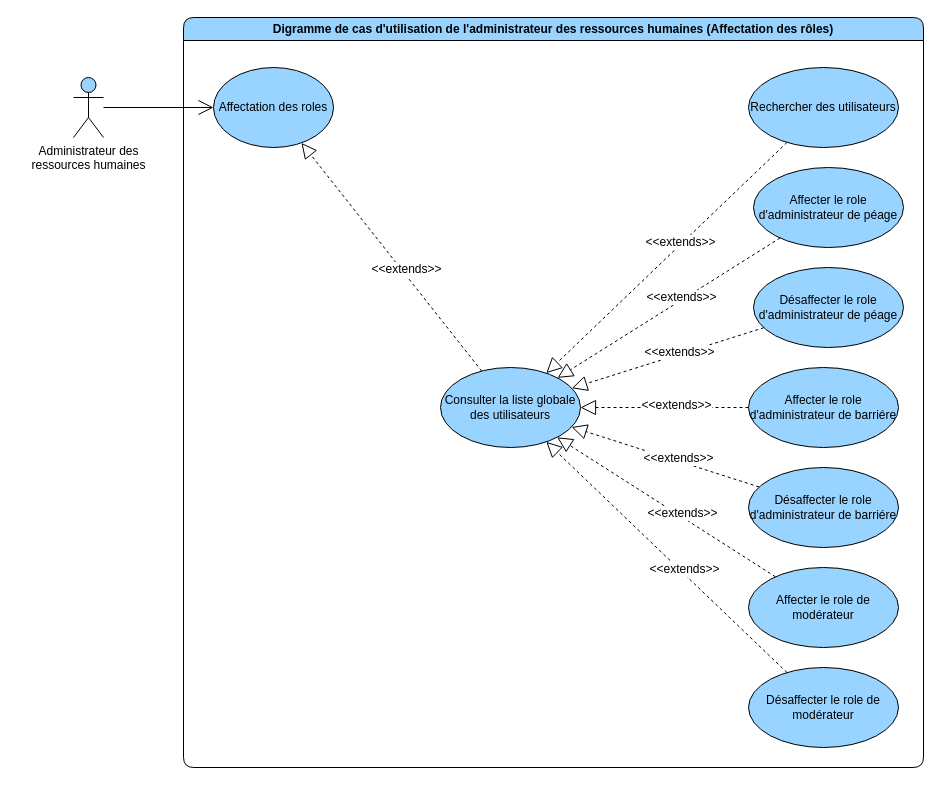
Before: page "affectation des roles" (2 of 5) of diagrams/use-case/administrateur-des-ressources-humaines.drawio in devlotfi/peage-pay, a draw.io diagram. Source tidied: cells renumbered, new cells numbered last; positions are measured from the earlier drawing's top-left corner, leaving out a move shared by most shapes. Both pictures are drawn from the tidied source at 100%, with x=0, y=0 at pixel (73, 17).
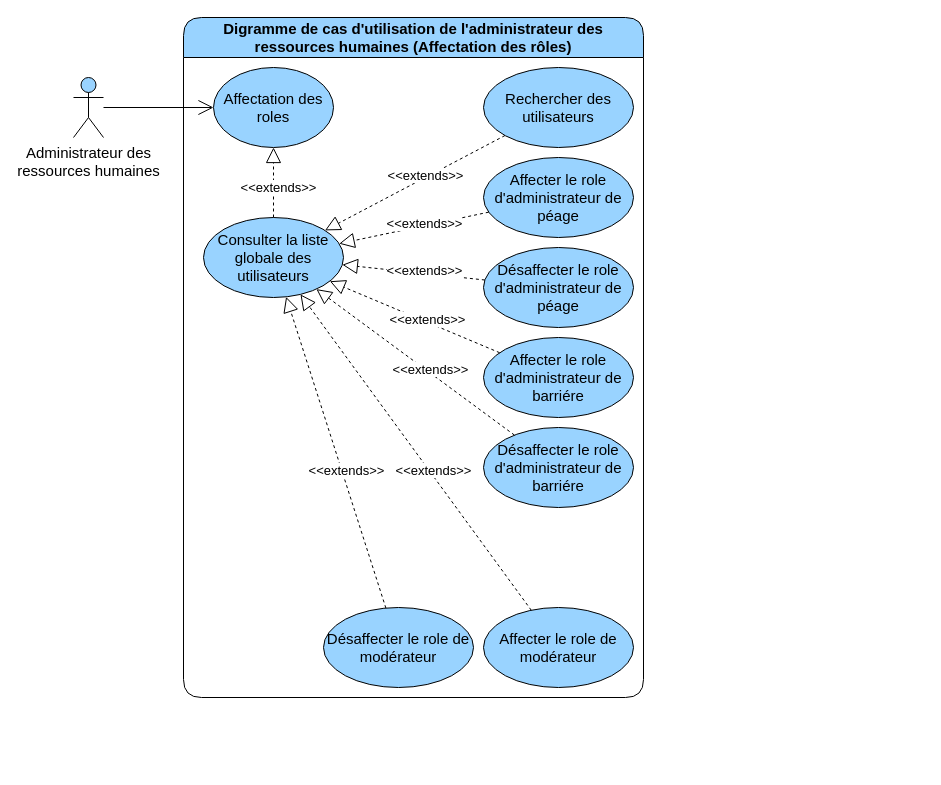
The same page after the edit.

Change to the diagram source:
```diff
@@
-    <mxCell id="2" value="Digramme de cas d'utilisation de l'administrateur des ressources humaines (&lt;b&gt;Affectation des rôles&lt;/b&gt;)" style="swimlane;whiteSpace=wrap;html=1;rounded=1;fillColor=#99D3FF;" parent="1" vertex="1">
-      <mxGeometry x="110" width="740" height="750" as="geometry" />
+    <mxCell id="2" value="Digramme de cas d'utilisation de l'administrateur des ressources humaines (&lt;b style=&quot;font-size: 15px;&quot;&gt;Affectation des rôles&lt;/b&gt;)" style="swimlane;whiteSpace=wrap;html=1;rounded=1;fillColor=#99D3FF;fontSize=15;startSize=40;" parent="1" vertex="1">
+      <mxGeometry x="110" width="460" height="680" as="geometry" />
     </mxCell>
-    <mxCell id="3" value="Affectation des roles" style="ellipse;whiteSpace=wrap;html=1;strokeColor=default;align=center;verticalAlign=middle;fontFamily=Helvetica;fontSize=12;fontColor=default;fillColor=#99D3FF;" parent="2" vertex="1">
+    <mxCell id="3" value="Affectation des roles" style="ellipse;whiteSpace=wrap;html=1;strokeColor=default;align=center;verticalAlign=middle;fontFamily=Helvetica;fontSize=15;fontColor=default;fillColor=#99D3FF;" parent="2" vertex="1">
       <mxGeometry x="30" y="50" width="120" height="80" as="geometry" />
     </mxCell>
-    <mxCell id="4" style="edgeStyle=none;rounded=0;jettySize=auto;html=1;dashed=1;strokeColor=default;align=center;verticalAlign=middle;fontFamily=Helvetica;fontSize=12;fontColor=default;labelBackgroundColor=default;startSize=6;endArrow=block;endFill=0;endSize=13;" parent="2" edge="1" source="6" target="3">
+    <mxCell id="4" style="edgeStyle=none;rounded=0;jettySize=auto;html=1;dashed=1;strokeColor=default;align=center;verticalAlign=middle;fontFamily=Helvetica;fontSize=15;fontColor=default;labelBackgroundColor=default;startSize=6;endArrow=block;endFill=0;endSize=13;" parent="2" edge="1" source="6" target="3">
       <mxGeometry relative="1" as="geometry" />
     </mxCell>
-    <mxCell id="5" value="&amp;lt;&amp;lt;extends&amp;gt;&amp;gt;" style="edgeLabel;html=1;align=center;verticalAlign=middle;strokeColor=default;fontFamily=Helvetica;fontSize=12;fontColor=default;labelBackgroundColor=default;fillColor=#99D3FF;" parent="4" vertex="1">
+    <mxCell id="5" value="&amp;lt;&amp;lt;extends&amp;gt;&amp;gt;" style="edgeLabel;html=1;align=center;verticalAlign=middle;strokeColor=default;fontFamily=Helvetica;fontSize=13;fontColor=default;labelBackgroundColor=default;fillColor=#99D3FF;" parent="4" vertex="1">
       <mxGeometry x="-0.12" y="-3" relative="1" as="geometry">
         <mxPoint x="1" as="offset" />
       </mxGeometry>
     </mxCell>
-    <mxCell id="6" value="Consulter la liste globale des utilisateurs" style="ellipse;whiteSpace=wrap;html=1;strokeColor=default;align=center;verticalAlign=middle;fontFamily=Helvetica;fontSize=12;fontColor=default;fillColor=#99D3FF;" parent="2" vertex="1">
-      <mxGeometry x="257" y="350" width="140" height="80" as="geometry" />
+    <mxCell id="6" value="Consulter la liste globale des utilisateurs" style="ellipse;whiteSpace=wrap;html=1;strokeColor=default;align=center;verticalAlign=middle;fontFamily=Helvetica;fontSize=15;fontColor=default;fillColor=#99D3FF;" parent="2" vertex="1">
+      <mxGeometry x="20" y="200" width="140" height="80" as="geometry" />
     </mxCell>
-    <mxCell id="7" value="Rechercher des utilisateurs" style="ellipse;whiteSpace=wrap;html=1;strokeColor=default;align=center;verticalAlign=middle;fontFamily=Helvetica;fontSize=12;fontColor=default;fillColor=#99D3FF;" parent="2" vertex="1">
-      <mxGeometry x="565" y="50" width="150" height="80" as="geometry" />
+    <mxCell id="7" value="Rechercher des utilisateurs" style="ellipse;whiteSpace=wrap;html=1;strokeColor=default;align=center;verticalAlign=middle;fontFamily=Helvetica;fontSize=15;fontColor=default;fillColor=#99D3FF;" parent="2" vertex="1">
+      <mxGeometry x="300" y="50" width="150" height="80" as="geometry" />
     </mxCell>
-    <mxCell id="8" style="edgeStyle=none;rounded=0;jettySize=auto;html=1;dashed=1;strokeColor=default;align=center;verticalAlign=middle;fontFamily=Helvetica;fontSize=12;fontColor=default;labelBackgroundColor=default;startSize=6;endArrow=block;endFill=0;endSize=13;" parent="2" edge="1" source="7" target="6">
+    <mxCell id="8" style="edgeStyle=none;rounded=0;jettySize=auto;html=1;dashed=1;strokeColor=default;align=center;verticalAlign=middle;fontFamily=Helvetica;fontSize=15;fontColor=default;labelBackgroundColor=default;startSize=6;endArrow=block;endFill=0;endSize=13;" parent="2" edge="1" source="7" target="6">
       <mxGeometry relative="1" as="geometry" />
     </mxCell>
-    <mxCell id="9" value="&amp;lt;&amp;lt;extends&amp;gt;&amp;gt;" style="edgeLabel;html=1;align=center;verticalAlign=middle;strokeColor=default;fontFamily=Helvetica;fontSize=12;fontColor=default;labelBackgroundColor=default;fillColor=#99D3FF;" parent="8" vertex="1">
+    <mxCell id="9" value="&amp;lt;&amp;lt;extends&amp;gt;&amp;gt;" style="edgeLabel;html=1;align=center;verticalAlign=middle;strokeColor=default;fontFamily=Helvetica;fontSize=13;fontColor=default;labelBackgroundColor=default;fillColor=#99D3FF;" parent="8" vertex="1">
       <mxGeometry x="-0.12" y="-3" relative="1" as="geometry">
         <mxPoint x="1" as="offset" />
       </mxGeometry>
     </mxCell>
-    <mxCell id="10" value="Affecter le role d'administrateur de péage" style="ellipse;whiteSpace=wrap;html=1;strokeColor=default;align=center;verticalAlign=middle;fontFamily=Helvetica;fontSize=12;fontColor=default;fillColor=#99D3FF;" parent="2" vertex="1">
-      <mxGeometry x="570" y="150" width="150" height="80" as="geometry" />
+    <mxCell id="10" value="Affecter le role d'administrateur de péage" style="ellipse;whiteSpace=wrap;html=1;strokeColor=default;align=center;verticalAlign=middle;fontFamily=Helvetica;fontSize=15;fontColor=default;fillColor=#99D3FF;" parent="2" vertex="1">
+      <mxGeometry x="300" y="140" width="150" height="80" as="geometry" />
     </mxCell>
-    <mxCell id="11" value="Désaffecter le role d'administrateur de péage" style="ellipse;whiteSpace=wrap;html=1;strokeColor=default;align=center;verticalAlign=middle;fontFamily=Helvetica;fontSize=12;fontColor=default;fillColor=#99D3FF;" parent="2" vertex="1">
-      <mxGeometry x="570" y="250" width="150" height="80" as="geometry" />
+    <mxCell id="11" value="Désaffecter le role d'administrateur de péage" style="ellipse;whiteSpace=wrap;html=1;strokeColor=default;align=center;verticalAlign=middle;fontFamily=Helvetica;fontSize=15;fontColor=default;fillColor=#99D3FF;" parent="2" vertex="1">
+      <mxGeometry x="300" y="230" width="150" height="80" as="geometry" />
     </mxCell>
-    <mxCell id="12" value="Affecter le role d'administrateur de barriére" style="ellipse;whiteSpace=wrap;html=1;strokeColor=default;align=center;verticalAlign=middle;fontFamily=Helvetica;fontSize=12;fontColor=default;fillColor=#99D3FF;" parent="2" vertex="1">
-      <mxGeometry x="565" y="350" width="150" height="80" as="geometry" />
+    <mxCell id="12" value="Affecter le role d'administrateur de barriére" style="ellipse;whiteSpace=wrap;html=1;strokeColor=default;align=center;verticalAlign=middle;fontFamily=Helvetica;fontSize=15;fontColor=default;fillColor=#99D3FF;" parent="2" vertex="1">
+      <mxGeometry x="300" y="320" width="150" height="80" as="geometry" />
     </mxCell>
-    <mxCell id="13" value="Désaffecter le role d'administrateur de barriére" style="ellipse;whiteSpace=wrap;html=1;strokeColor=default;align=center;verticalAlign=middle;fontFamily=Helvetica;fontSize=12;fontColor=default;fillColor=#99D3FF;" parent="2" vertex="1">
-      <mxGeometry x="565" y="450" width="150" height="80" as="geometry" />
+    <mxCell id="13" value="Désaffecter le role d'administrateur de barriére" style="ellipse;whiteSpace=wrap;html=1;strokeColor=default;align=center;verticalAlign=middle;fontFamily=Helvetica;fontSize=15;fontColor=default;fillColor=#99D3FF;" parent="2" vertex="1">
+      <mxGeometry x="300" y="410" width="150" height="80" as="geometry" />
     </mxCell>
-    <mxCell id="14" value="Affecter le role de modérateur" style="ellipse;whiteSpace=wrap;html=1;strokeColor=default;align=center;verticalAlign=middle;fontFamily=Helvetica;fontSize=12;fontColor=default;fillColor=#99D3FF;" parent="2" vertex="1">
-      <mxGeometry x="565" y="550" width="150" height="80" as="geometry" />
+    <mxCell id="14" value="Affecter le role de modérateur" style="ellipse;whiteSpace=wrap;html=1;strokeColor=default;align=center;verticalAlign=middle;fontFamily=Helvetica;fontSize=15;fontColor=default;fillColor=#99D3FF;" parent="2" vertex="1">
+      <mxGeometry x="300" y="590" width="150" height="80" as="geometry" />
     </mxCell>
-    <mxCell id="15" value="Désaffecter le role de modérateur" style="ellipse;whiteSpace=wrap;html=1;strokeColor=default;align=center;verticalAlign=middle;fontFamily=Helvetica;fontSize=12;fontColor=default;fillColor=#99D3FF;" parent="2" vertex="1">
-      <mxGeometry x="565" y="650" width="150" height="80" as="geometry" />
+    <mxCell id="15" value="Désaffecter le role de modérateur" style="ellipse;whiteSpace=wrap;html=1;strokeColor=default;align=center;verticalAlign=middle;fontFamily=Helvetica;fontSize=15;fontColor=default;fillColor=#99D3FF;" parent="2" vertex="1">
+      <mxGeometry x="140" y="590" width="150" height="80" as="geometry" />
     </mxCell>
-    <mxCell id="16" style="edgeStyle=none;rounded=0;jettySize=auto;html=1;dashed=1;strokeColor=default;align=center;verticalAlign=middle;fontFamily=Helvetica;fontSize=12;fontColor=default;labelBackgroundColor=default;startSize=6;endArrow=block;endFill=0;endSize=13;" parent="2" edge="1" source="10" target="6">
+    <mxCell id="16" style="edgeStyle=none;rounded=0;jettySize=auto;html=1;dashed=1;strokeColor=default;align=center;verticalAlign=middle;fontFamily=Helvetica;fontSize=15;fontColor=default;labelBackgroundColor=default;startSize=6;endArrow=block;endFill=0;endSize=13;" parent="2" edge="1" source="10" target="6">
       <mxGeometry relative="1" as="geometry" />
     </mxCell>
-    <mxCell id="17" value="&amp;lt;&amp;lt;extends&amp;gt;&amp;gt;" style="edgeLabel;html=1;align=center;verticalAlign=middle;strokeColor=default;fontFamily=Helvetica;fontSize=12;fontColor=default;labelBackgroundColor=default;fillColor=#99D3FF;" parent="16" vertex="1">
+    <mxCell id="17" value="&amp;lt;&amp;lt;extends&amp;gt;&amp;gt;" style="edgeLabel;html=1;align=center;verticalAlign=middle;strokeColor=default;fontFamily=Helvetica;fontSize=13;fontColor=default;labelBackgroundColor=default;fillColor=#99D3FF;" parent="16" vertex="1">
       <mxGeometry x="-0.12" y="-3" relative="1" as="geometry">
         <mxPoint x="1" as="offset" />
       </mxGeometry>
     </mxCell>
-    <mxCell id="18" style="edgeStyle=none;rounded=0;jettySize=auto;html=1;dashed=1;strokeColor=default;align=center;verticalAlign=middle;fontFamily=Helvetica;fontSize=12;fontColor=default;labelBackgroundColor=default;startSize=6;endArrow=block;endFill=0;endSize=13;" parent="2" edge="1" source="11" target="6">
+    <mxCell id="18" style="edgeStyle=none;rounded=0;jettySize=auto;html=1;dashed=1;strokeColor=default;align=center;verticalAlign=middle;fontFamily=Helvetica;fontSize=15;fontColor=default;labelBackgroundColor=default;startSize=6;endArrow=block;endFill=0;endSize=13;" parent="2" edge="1" source="11" target="6">
       <mxGeometry relative="1" as="geometry" />
     </mxCell>
-    <mxCell id="19" value="&amp;lt;&amp;lt;extends&amp;gt;&amp;gt;" style="edgeLabel;html=1;align=center;verticalAlign=middle;strokeColor=default;fontFamily=Helvetica;fontSize=12;fontColor=default;labelBackgroundColor=default;fillColor=#99D3FF;" parent="18" vertex="1">
+    <mxCell id="19" value="&amp;lt;&amp;lt;extends&amp;gt;&amp;gt;" style="edgeLabel;html=1;align=center;verticalAlign=middle;strokeColor=default;fontFamily=Helvetica;fontSize=13;fontColor=default;labelBackgroundColor=default;fillColor=#99D3FF;" parent="18" vertex="1">
       <mxGeometry x="-0.12" y="-3" relative="1" as="geometry">
         <mxPoint x="1" as="offset" />
       </mxGeometry>
     </mxCell>
-    <mxCell id="20" style="edgeStyle=none;rounded=0;jettySize=auto;html=1;dashed=1;strokeColor=default;align=center;verticalAlign=middle;fontFamily=Helvetica;fontSize=12;fontColor=default;labelBackgroundColor=default;startSize=6;endArrow=block;endFill=0;endSize=13;" parent="2" edge="1" source="12" target="6">
+    <mxCell id="20" style="edgeStyle=none;rounded=0;jettySize=auto;html=1;dashed=1;strokeColor=default;align=center;verticalAlign=middle;fontFamily=Helvetica;fontSize=15;fontColor=default;labelBackgroundColor=default;startSize=6;endArrow=block;endFill=0;endSize=13;" parent="2" edge="1" source="12" target="6">
       <mxGeometry relative="1" as="geometry" />
     </mxCell>
-    <mxCell id="21" value="&amp;lt;&amp;lt;extends&amp;gt;&amp;gt;" style="edgeLabel;html=1;align=center;verticalAlign=middle;strokeColor=default;fontFamily=Helvetica;fontSize=12;fontColor=default;labelBackgroundColor=default;fillColor=#99D3FF;" parent="20" vertex="1">
+    <mxCell id="21" value="&amp;lt;&amp;lt;extends&amp;gt;&amp;gt;" style="edgeLabel;html=1;align=center;verticalAlign=middle;strokeColor=default;fontFamily=Helvetica;fontSize=13;fontColor=default;labelBackgroundColor=default;fillColor=#99D3FF;" parent="20" vertex="1">
       <mxGeometry x="-0.12" y="-3" relative="1" as="geometry">
         <mxPoint x="1" as="offset" />
       </mxGeometry>
     </mxCell>
-    <mxCell id="22" style="edgeStyle=none;rounded=0;jettySize=auto;html=1;dashed=1;strokeColor=default;align=center;verticalAlign=middle;fontFamily=Helvetica;fontSize=12;fontColor=default;labelBackgroundColor=default;startSize=6;endArrow=block;endFill=0;endSize=13;" parent="2" edge="1" source="13" target="6">
+    <mxCell id="22" style="edgeStyle=none;rounded=0;jettySize=auto;html=1;dashed=1;strokeColor=default;align=center;verticalAlign=middle;fontFamily=Helvetica;fontSize=15;fontColor=default;labelBackgroundColor=default;startSize=6;endArrow=block;endFill=0;endSize=13;" parent="2" edge="1" source="13" target="6">
       <mxGeometry relative="1" as="geometry" />
     </mxCell>
-    <mxCell id="23" value="&amp;lt;&amp;lt;extends&amp;gt;&amp;gt;" style="edgeLabel;html=1;align=center;verticalAlign=middle;strokeColor=default;fontFamily=Helvetica;fontSize=12;fontColor=default;labelBackgroundColor=default;fillColor=#99D3FF;" parent="22" vertex="1">
+    <mxCell id="23" value="&amp;lt;&amp;lt;extends&amp;gt;&amp;gt;" style="edgeLabel;html=1;align=center;verticalAlign=middle;strokeColor=default;fontFamily=Helvetica;fontSize=13;fontColor=default;labelBackgroundColor=default;fillColor=#99D3FF;" parent="22" vertex="1">
       <mxGeometry x="-0.12" y="-3" relative="1" as="geometry">
         <mxPoint x="1" as="offset" />
       </mxGeometry>
     </mxCell>
-    <mxCell id="24" style="edgeStyle=none;rounded=0;jettySize=auto;html=1;dashed=1;strokeColor=default;align=center;verticalAlign=middle;fontFamily=Helvetica;fontSize=12;fontColor=default;labelBackgroundColor=default;startSize=6;endArrow=block;endFill=0;endSize=13;" parent="2" edge="1" source="14" target="6">
+    <mxCell id="24" style="edgeStyle=none;rounded=0;jettySize=auto;html=1;dashed=1;strokeColor=default;align=center;verticalAlign=middle;fontFamily=Helvetica;fontSize=15;fontColor=default;labelBackgroundColor=default;startSize=6;endArrow=block;endFill=0;endSize=13;" parent="2" edge="1" source="14" target="6">
       <mxGeometry relative="1" as="geometry" />
     </mxCell>
-    <mxCell id="25" value="&amp;lt;&amp;lt;extends&amp;gt;&amp;gt;" style="edgeLabel;html=1;align=center;verticalAlign=middle;strokeColor=default;fontFamily=Helvetica;fontSize=12;fontColor=default;labelBackgroundColor=default;fillColor=#99D3FF;" parent="24" vertex="1">
+    <mxCell id="25" value="&amp;lt;&amp;lt;extends&amp;gt;&amp;gt;" style="edgeLabel;html=1;align=center;verticalAlign=middle;strokeColor=default;fontFamily=Helvetica;fontSize=13;fontColor=default;labelBackgroundColor=default;fillColor=#99D3FF;" parent="24" vertex="1">
       <mxGeometry x="-0.12" y="-3" relative="1" as="geometry">
         <mxPoint x="1" as="offset" />
       </mxGeometry>
     </mxCell>
-    <mxCell id="26" style="edgeStyle=none;rounded=0;jettySize=auto;html=1;dashed=1;strokeColor=default;align=center;verticalAlign=middle;fontFamily=Helvetica;fontSize=12;fontColor=default;labelBackgroundColor=default;startSize=6;endArrow=block;endFill=0;endSize=13;" parent="2" edge="1" source="15" target="6">
+    <mxCell id="26" style="edgeStyle=none;rounded=0;jettySize=auto;html=1;dashed=1;strokeColor=default;align=center;verticalAlign=middle;fontFamily=Helvetica;fontSize=15;fontColor=default;labelBackgroundColor=default;startSize=6;endArrow=block;endFill=0;endSize=13;" parent="2" edge="1" source="15" target="6">
       <mxGeometry relative="1" as="geometry" />
     </mxCell>
-    <mxCell id="27" value="&amp;lt;&amp;lt;extends&amp;gt;&amp;gt;" style="edgeLabel;html=1;align=center;verticalAlign=middle;strokeColor=default;fontFamily=Helvetica;fontSize=12;fontColor=default;labelBackgroundColor=default;fillColor=#99D3FF;" parent="26" vertex="1">
+    <mxCell id="27" value="&amp;lt;&amp;lt;extends&amp;gt;&amp;gt;" style="edgeLabel;html=1;align=center;verticalAlign=middle;strokeColor=default;fontFamily=Helvetica;fontSize=13;fontColor=default;labelBackgroundColor=default;fillColor=#99D3FF;" parent="26" vertex="1">
       <mxGeometry x="-0.12" y="-3" relative="1" as="geometry">
         <mxPoint x="1" as="offset" />
       </mxGeometry>
     </mxCell>
-    <mxCell id="28" style="rounded=0;jettySize=auto;html=1;fontFamily=Helvetica;fontSize=12;fontColor=default;endArrow=open;endFill=0;startSize=6;endSize=13;" parent="1" edge="1" source="29" target="3">
+    <mxCell id="28" style="rounded=0;jettySize=auto;html=1;fontFamily=Helvetica;fontSize=15;fontColor=default;endArrow=open;endFill=0;startSize=6;endSize=13;" parent="1" edge="1" source="29" target="3">
       <mxGeometry relative="1" as="geometry" />
     </mxCell>
-    <mxCell id="29" value="Administrateur&amp;nbsp;des&lt;br style=&quot;border-color: var(--border-color);&quot;&gt;ressources humaines" style="shape=umlActor;verticalLabelPosition=bottom;verticalAlign=top;html=1;outlineConnect=0;strokeColor=default;align=center;fontFamily=Helvetica;fontSize=12;fontColor=default;fillColor=#99D3FF;" parent="1" vertex="1">
+    <mxCell id="29" value="Administrateur&amp;nbsp;des&lt;br style=&quot;border-color: var(--border-color); font-size: 15px;&quot;&gt;ressources humaines" style="shape=umlActor;verticalLabelPosition=bottom;verticalAlign=top;html=1;outlineConnect=0;strokeColor=default;align=center;fontFamily=Helvetica;fontSize=15;fontColor=default;fillColor=#99D3FF;" parent="1" vertex="1">
       <mxGeometry y="60" width="30" height="60" as="geometry" />
     </mxCell>
```
